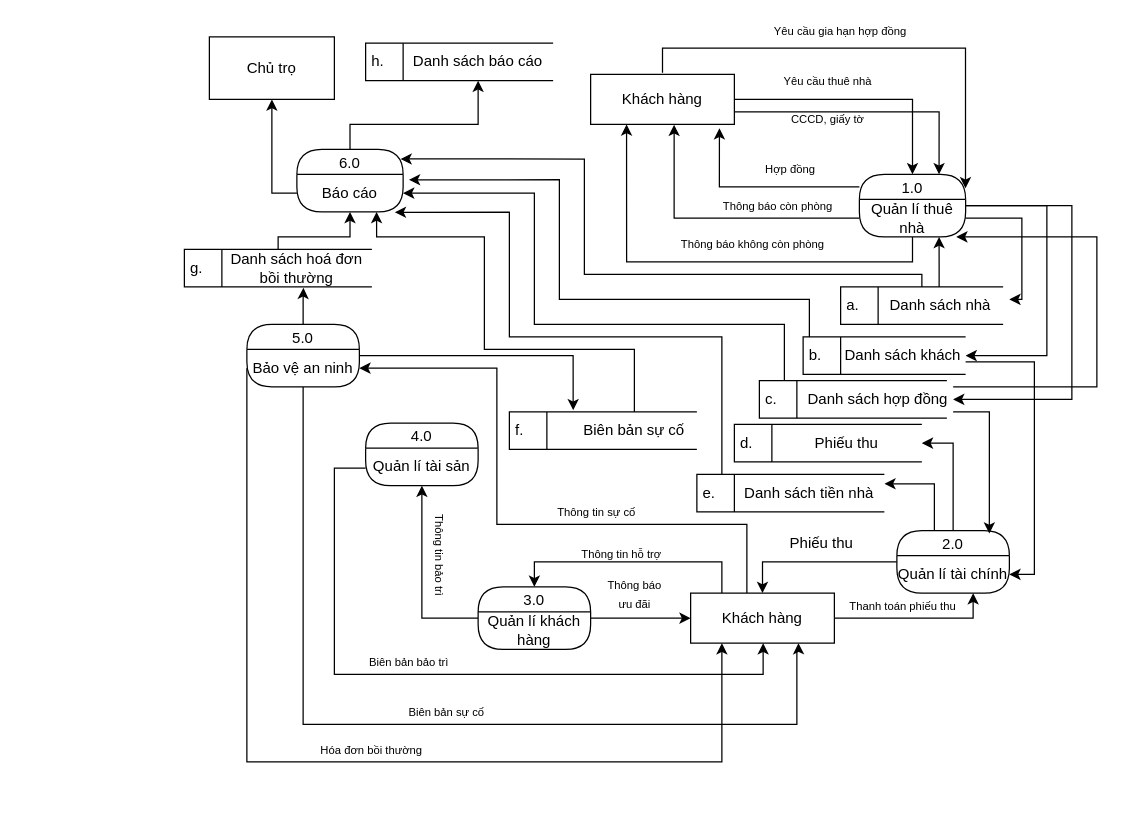
This is Phân tích thiết kế hệ thống/Tuan4_5/DFD_0.drawio from Nguyeniris123/DH22IT01OU, a draw.io file, before an edit. Source tidied: cells renumbered, new cells numbered last; positions are measured from the earlier drawing's top-left corner, leaving out a move shared by most shapes. Both pictures are drawn from the tidied source at 125%, with x=0, y=0 at pixel (184, 24).
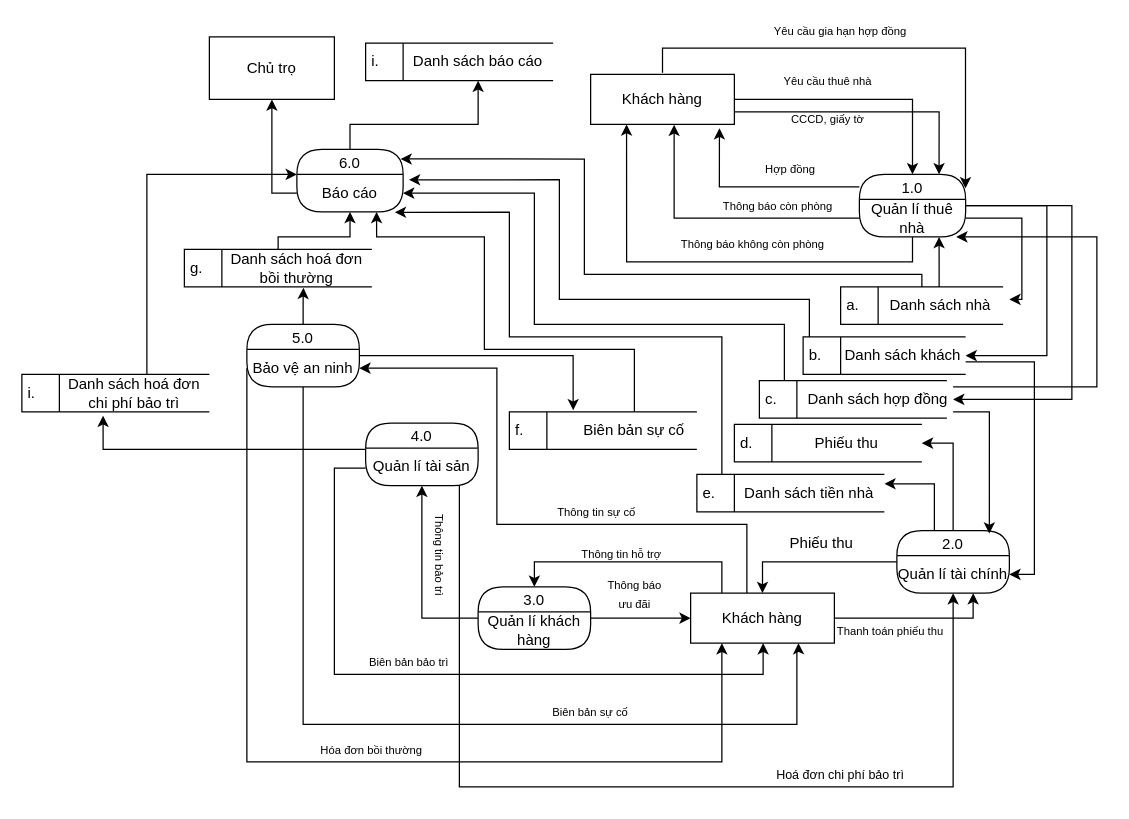
After the change.

Unchanged cells that the change refers to:
```xml
<mxCell id="12" value="Quản lí tài sản" style="text;html=1;align=center;verticalAlign=middle;whiteSpace=wrap;rounded=0;" parent="11" vertex="1">
  <mxGeometry y="20" width="90" height="30" as="geometry" />
</mxCell>
<mxCell id="23" value="Quản lí tài chính" style="text;html=1;align=center;verticalAlign=middle;whiteSpace=wrap;rounded=0;" parent="22" vertex="1">
  <mxGeometry y="20" width="90" height="30" as="geometry" />
</mxCell>
<mxCell id="68" value="Báo cáo" style="text;html=1;align=center;verticalAlign=middle;whiteSpace=wrap;rounded=0;" parent="67" vertex="1">
  <mxGeometry y="20" width="85" height="30" as="geometry" />
</mxCell>
```

Diff of the diagram source:
```diff
@@
     <mxCell id="52" value="&lt;font style=&quot;font-size: 9px;&quot;&gt;Thanh toán phiếu thu&lt;/font&gt;" style="text;html=1;align=center;verticalAlign=middle;whiteSpace=wrap;rounded=0;" parent="1" vertex="1">
-      <mxGeometry x="515" y="455" width="120" height="20" as="geometry" />
+      <mxGeometry x="505" y="475" width="120" height="20" as="geometry" />
     </mxCell>
@@
     <mxCell id="60" value="&lt;font style=&quot;font-size: 9px;&quot;&gt;Biên bản sự cố&lt;/font&gt;" style="text;html=1;align=center;verticalAlign=middle;whiteSpace=wrap;rounded=0;" parent="1" vertex="1">
-      <mxGeometry x="150" y="540" width="120" height="20" as="geometry" />
+      <mxGeometry x="265" y="540" width="120" height="20" as="geometry" />
     </mxCell>
@@
-    <mxCell id="72" value="h." style="html=1;dashed=0;whiteSpace=wrap;shape=mxgraph.dfd.dataStoreID;align=left;spacingLeft=3;" parent="1" vertex="1">
+    <mxCell id="72" value="i." style="html=1;dashed=0;whiteSpace=wrap;shape=mxgraph.dfd.dataStoreID;align=left;spacingLeft=3;" parent="1" vertex="1">
       <mxGeometry x="145" y="15" width="150" height="30" as="geometry" />
     </mxCell>
@@
+    <mxCell id="82" style="edgeStyle=orthogonalEdgeStyle;rounded=0;jettySize=auto;html=1;entryX=0.5;entryY=1;entryDx=0;entryDy=0;" parent="1" edge="1" source="12" target="23">
+      <mxGeometry relative="1" as="geometry">
+        <Array as="points">
+          <mxPoint x="220" y="610" />
+          <mxPoint x="615" y="610" />
+        </Array>
+      </mxGeometry>
+    </mxCell>
+    <mxCell id="83" value="&lt;font size=&quot;1&quot;&gt;Hoá đơn chi phí bảo trì&lt;/font&gt;" style="text;html=1;align=center;verticalAlign=middle;whiteSpace=wrap;rounded=0;" parent="1" vertex="1">
+      <mxGeometry x="465" y="590" width="120" height="20" as="geometry" />
+    </mxCell>
+    <mxCell id="84" value="i." style="html=1;dashed=0;whiteSpace=wrap;shape=mxgraph.dfd.dataStoreID;align=left;spacingLeft=3;points=[[0,0],[0.5,0],[1,0],[0,0.5],[1,0.5],[0,1],[0.5,1],[1,1]];" parent="1" vertex="1">
+      <mxGeometry x="-130" y="280" width="150" height="30" as="geometry" />
+    </mxCell>
+    <mxCell id="85" style="edgeStyle=orthogonalEdgeStyle;rounded=0;jettySize=auto;html=1;entryX=0.433;entryY=1.1;entryDx=0;entryDy=0;entryPerimeter=0;" parent="1" edge="1" source="12" target="84">
+      <mxGeometry relative="1" as="geometry">
+        <Array as="points">
+          <mxPoint x="-65" y="340" />
+        </Array>
+      </mxGeometry>
+    </mxCell>
+    <mxCell id="86" style="edgeStyle=orthogonalEdgeStyle;rounded=0;jettySize=auto;html=1;" parent="1" edge="1" source="87" target="68">
+      <mxGeometry relative="1" as="geometry">
+        <Array as="points">
+          <mxPoint x="-30" y="120" />
+        </Array>
+      </mxGeometry>
+    </mxCell>
+    <mxCell id="87" value="Danh sách hoá đơn chi phí bảo trì" style="text;html=1;align=center;verticalAlign=middle;whiteSpace=wrap;rounded=0;" parent="1" vertex="1">
+      <mxGeometry x="-100" y="280" width="120" height="30" as="geometry" />
+    </mxCell>
```
